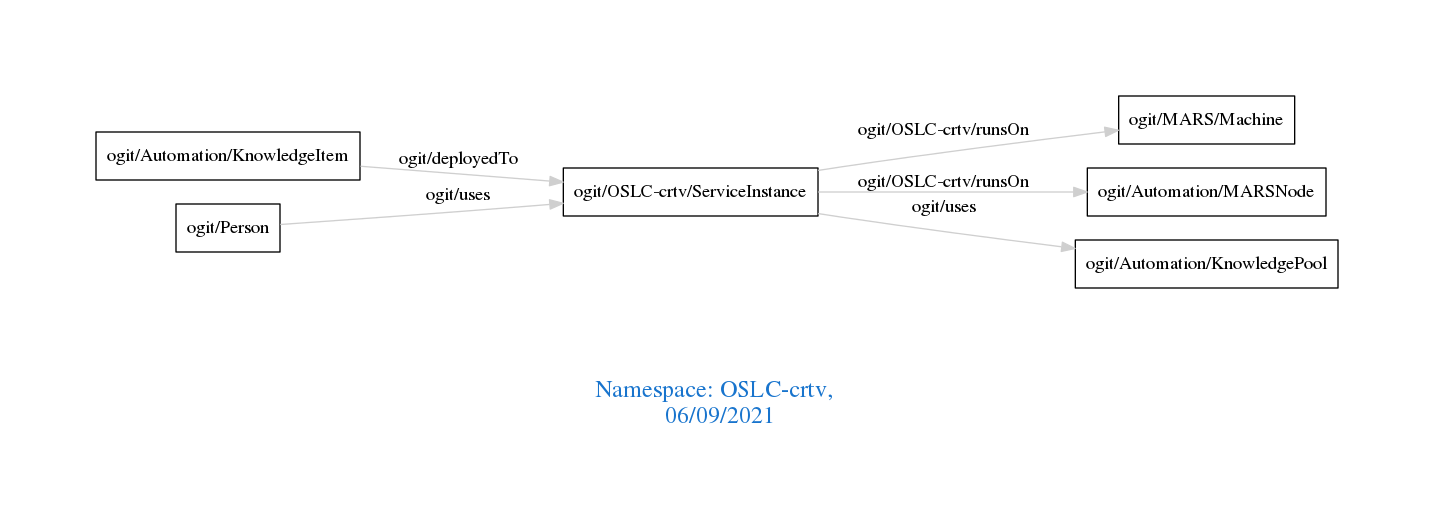
This is downloads/OSLC-crtv.png from arago/OGIT, a Graphviz export, as it was before one commit. Its source is kept beside it as downloads/OSLC-crtv.dot.
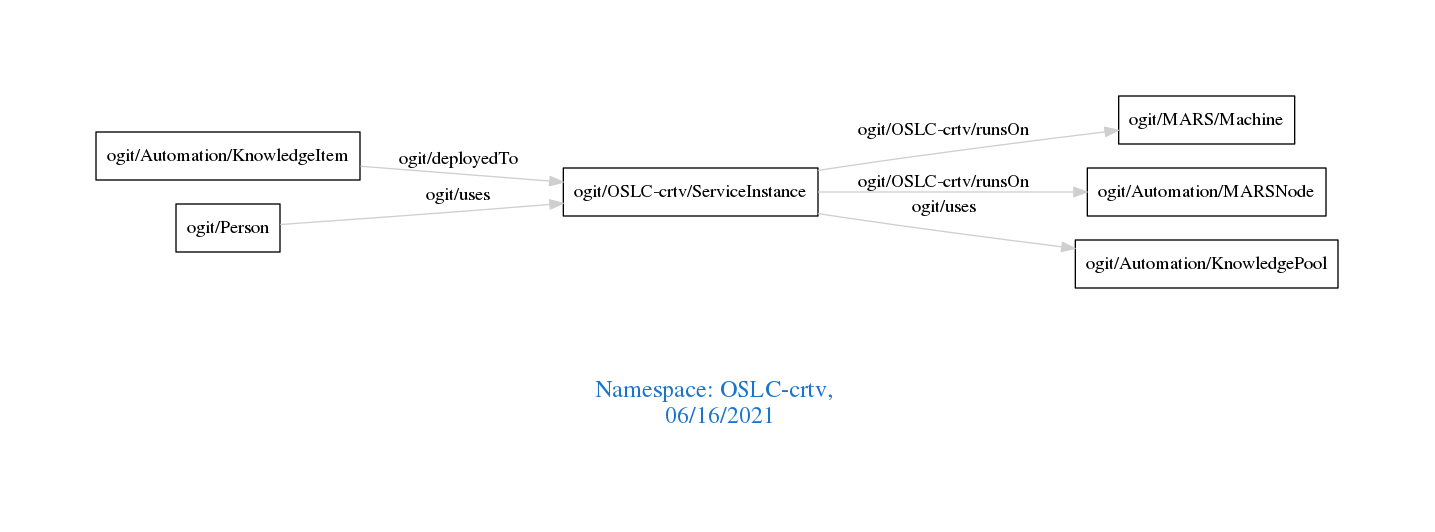
The same file after the commit.

Change to the diagram source:
```diff
@@ -1,7 +1,7 @@
 digraph OGIT_ontology {
  graph [ rankdir= LR,pad=1
 fontsize = 18,
-fontcolor= dodgerblue3,label = "\n\n\nNamespace: OSLC-crtv, \n 06/09/2021"];
+fontcolor= dodgerblue3,label = "\n\n\nNamespace: OSLC-crtv, \n 06/16/2021"];
 node[shape=polygon];
 edge [  color="gray81"];
 
```
